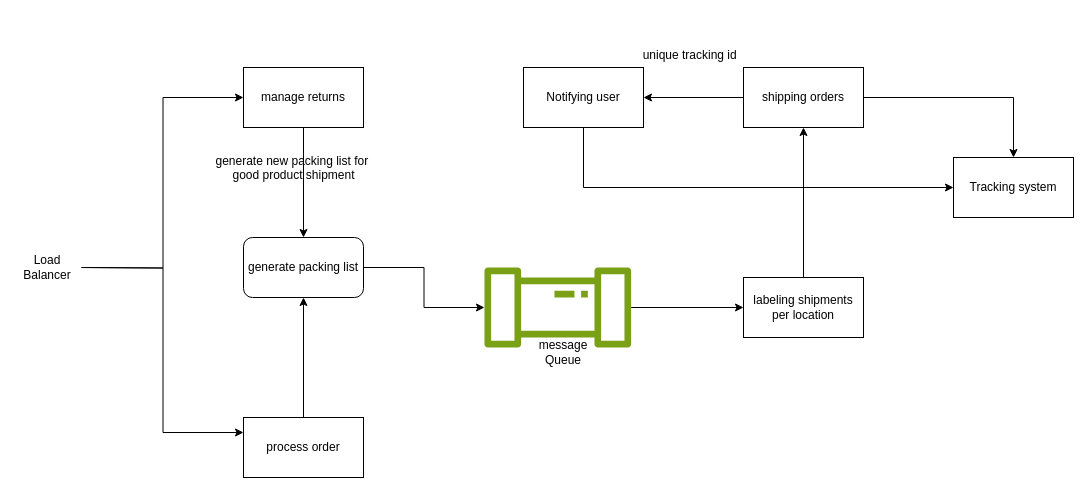
Earlier version of the draw.io diagram Fullfilment_center.drawio (dennismzia/fulfilment_center_microservice). Source tidied: cells renumbered, new cells numbered last; positions are measured from the earlier drawing's top-left corner, leaving out a move shared by most shapes. Both pictures are drawn from the tidied source at 100%, with x=0, y=0 at pixel (17, 17).
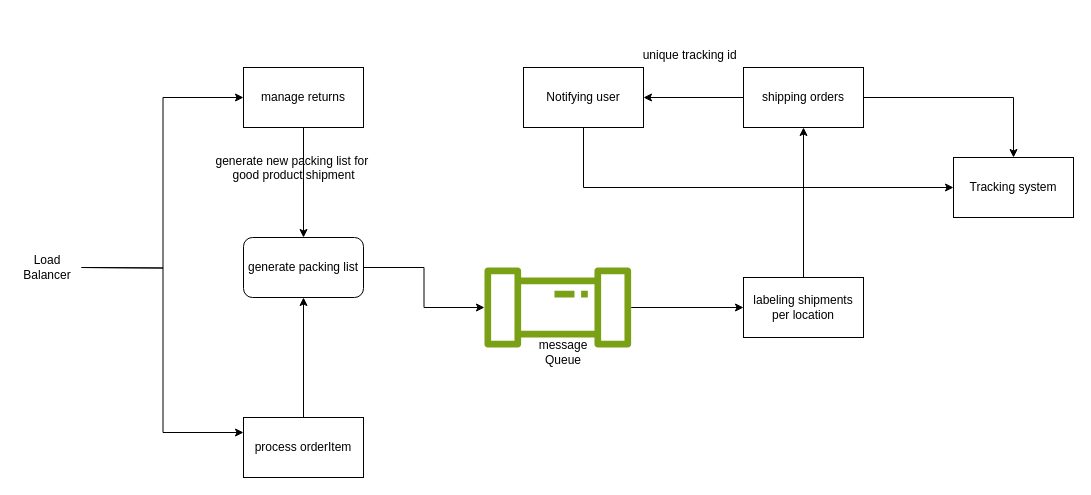
Above is the later version.

Diff of the diagram source:
```diff
@@
-    <mxCell id="3" value="process order" style="rounded=0;whiteSpace=wrap;html=1;" parent="1" vertex="1">
+    <mxCell id="3" value="process orderItem" style="rounded=0;whiteSpace=wrap;html=1;" parent="1" vertex="1">
       <mxGeometry x="226" y="400" width="120" height="60" as="geometry" />
     </mxCell>
```
